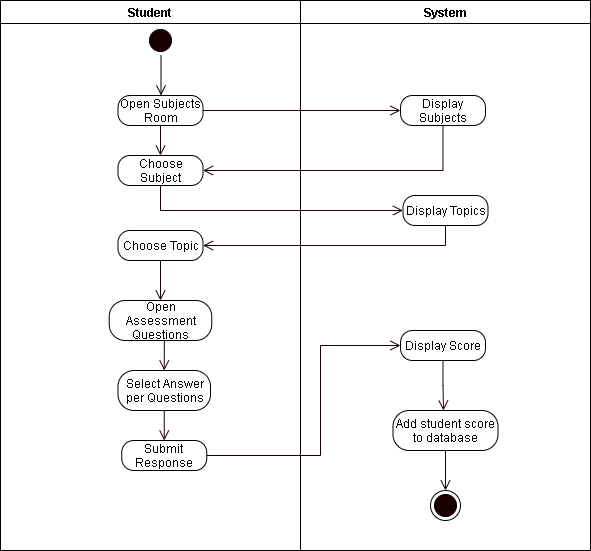
Before: UML-DIAGRAMS/Diagrams 5-29-2021/Diagram-Answer Assessment Questions.png, a diagram exported from draw.io (mrklglsn/CAPSTONE-FILES). Source tidied: cells renumbered, new cells last; positions are measured from the earlier drawing's top-left corner, leaving out a move shared by most shapes.
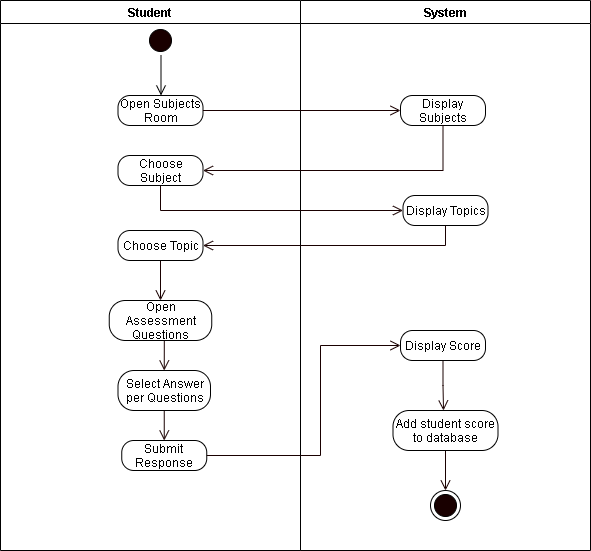
The same diagram one commit later.

Change to the diagram source:
```diff
@@ -20,9 +20,6 @@
     <mxCell id="6" value="Choose Subject" style="rounded=1;whiteSpace=wrap;html=1;arcSize=40;" parent="2" vertex="1">
       <mxGeometry x="117.5" y="155" width="85" height="30" as="geometry" />
     </mxCell>
-    <mxCell id="7" style="edgeStyle=none;rounded=0;jettySize=auto;html=1;exitX=0.5;exitY=1;exitDx=0;exitDy=0;entryX=0.5;entryY=0;entryDx=0;entryDy=0;fontColor=#FFFFFF;endArrow=open;endFill=0;endSize=8;strokeColor=#190000;" parent="2" edge="1" source="5" target="6">
-      <mxGeometry relative="1" as="geometry" />
-    </mxCell>
     <mxCell id="8" style="edgeStyle=orthogonalEdgeStyle;rounded=0;jettySize=auto;html=1;exitX=0.5;exitY=1;exitDx=0;exitDy=0;fontColor=#FFFFFF;endArrow=open;endFill=0;endSize=8;strokeColor=#190000;" parent="2" edge="1" source="9">
       <mxGeometry relative="1" as="geometry">
         <mxPoint x="160" y="300" as="targetPoint" />
```
